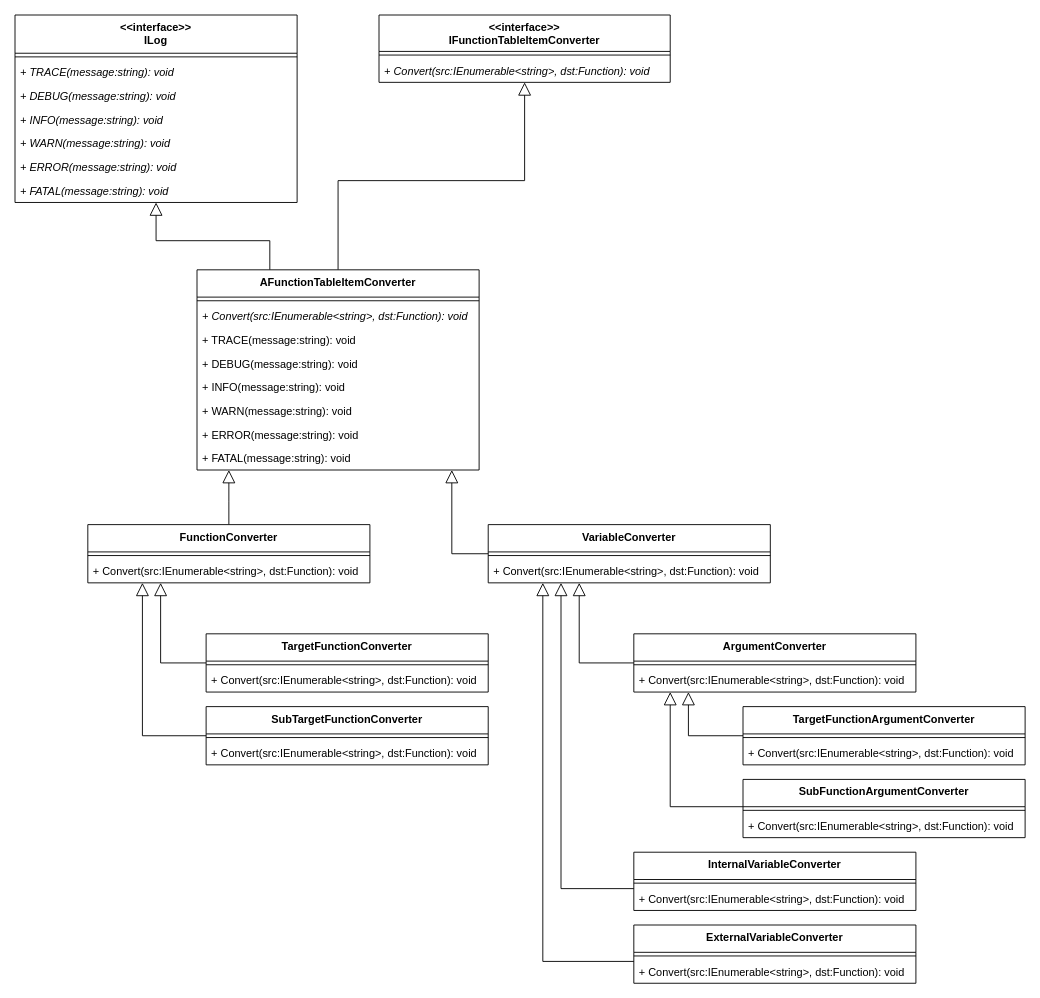
Above: AutoTestPrep/doc/design/AutoTestPrep_TableItemConverter.drawio in CountrySideEngineer/TestSupportTools (draw.io), before the change. Source tidied: cells renumbered, new cells numbered last; positions are measured from the earlier drawing's top-left corner, leaving out a move shared by most shapes. Both pictures are drawn from the tidied source at 91%, with x=0, y=0 at pixel (15, 15).
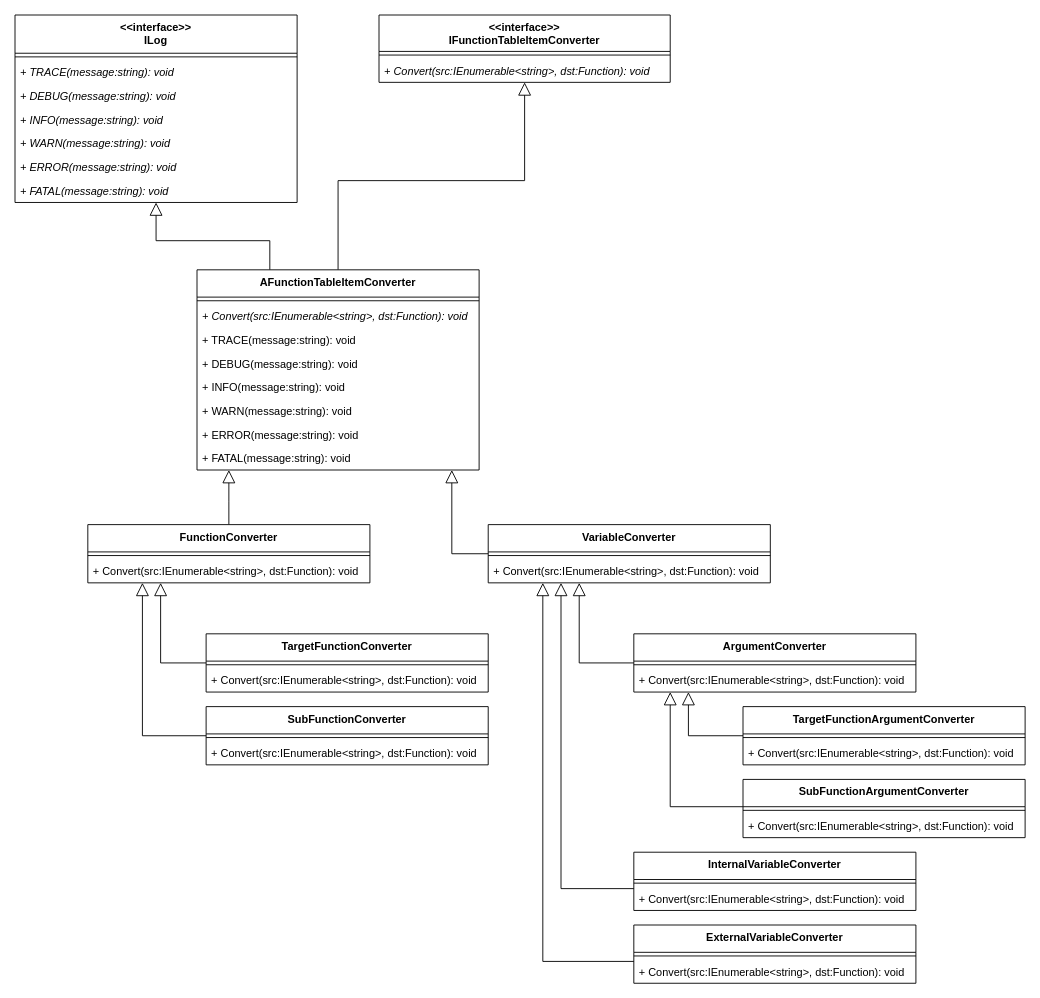
After the change.

Commit message:
Update design document about converter data.

The edit, as a diff of the source:
```diff
@@
-    <mxCell id="33" value="SubTargetFunctionConverter" style="swimlane;fontStyle=1;align=center;verticalAlign=top;horizontal=1;startSize=30;" parent="1" vertex="1">
+    <mxCell id="33" value="SubFunctionConverter" style="swimlane;fontStyle=1;align=center;verticalAlign=top;horizontal=1;startSize=30;" parent="1" vertex="1">
       <mxGeometry x="210" y="760" width="310" height="64" as="geometry" />
     </mxCell>
```
